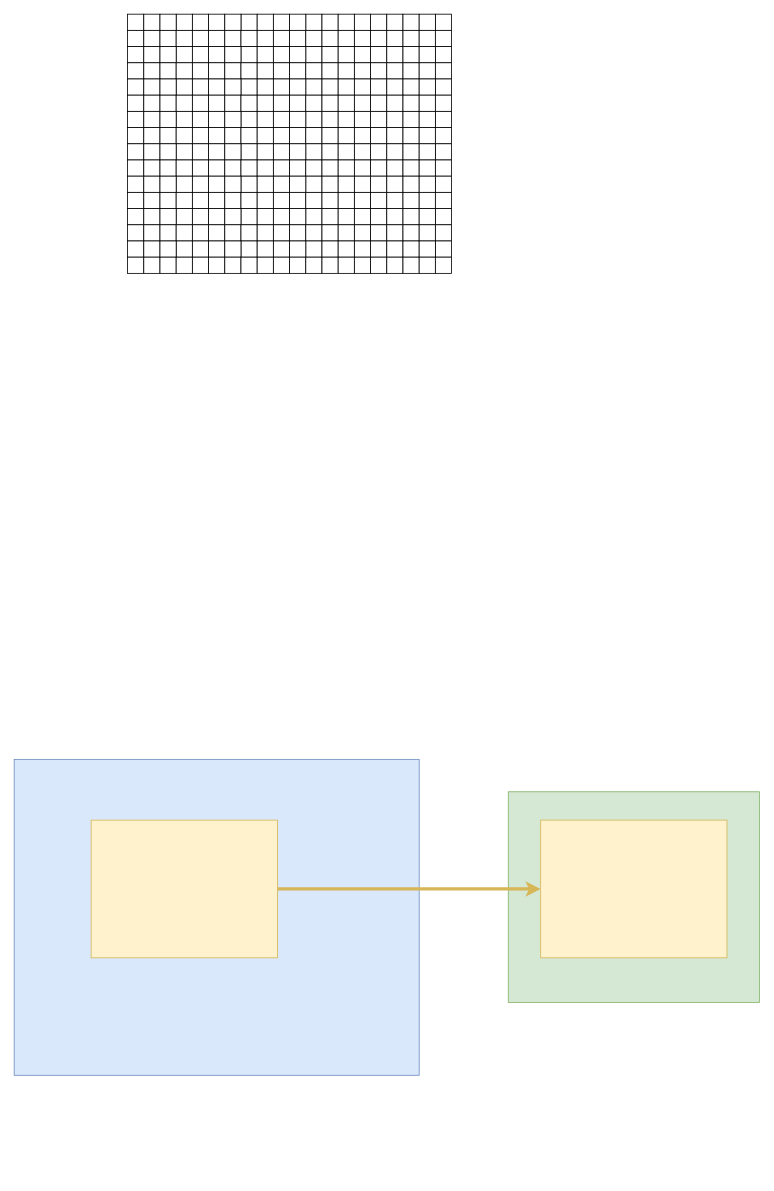
The draw.io diagram huawei.drawio in gxt-kt/picgo_pictures, before the edit. Source tidied: cells renumbered, new cells numbered last; positions are measured from the earlier drawing's top-left corner, leaving out a move shared by most shapes. Both pictures are drawn from the tidied source at 81%, with x=0, y=0 at pixel (14, 14).
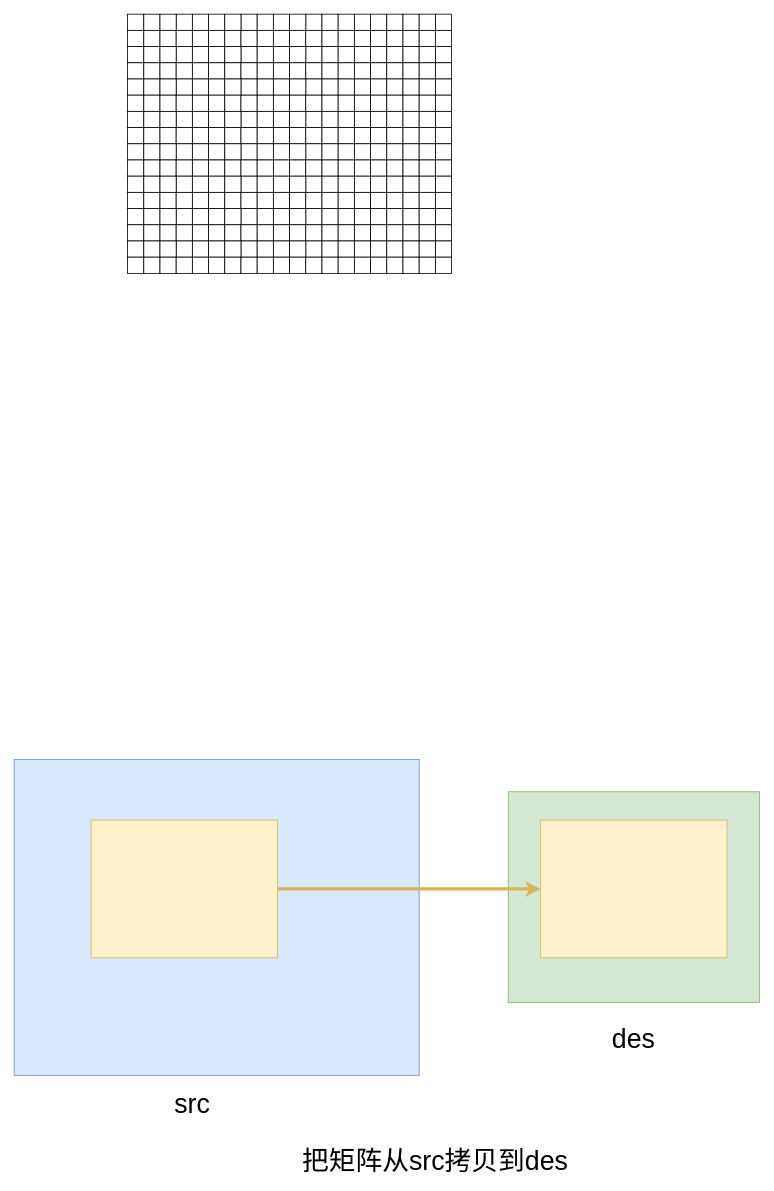
After the change.

Change to the diagram source:
```diff
@@
+    <mxCell id="327" value="&lt;font style=&quot;font-size: 33px;&quot;&gt;src&lt;/font&gt;" style="text;html=1;align=center;verticalAlign=middle;whiteSpace=wrap;rounded=0;fontSize=33;" parent="1" vertex="1">
+      <mxGeometry x="190" y="1330" width="60" height="30" as="geometry" />
+    </mxCell>
+    <mxCell id="328" value="des" style="text;html=1;align=center;verticalAlign=middle;whiteSpace=wrap;rounded=0;fontSize=33;" parent="1" vertex="1">
+      <mxGeometry x="735" y="1250" width="60" height="30" as="geometry" />
+    </mxCell>
+    <mxCell id="329" value="把矩阵从src拷贝到des" style="text;html=1;align=center;verticalAlign=middle;whiteSpace=wrap;rounded=0;fontSize=33;" parent="1" vertex="1">
+      <mxGeometry x="280" y="1400" width="480" height="30" as="geometry" />
+    </mxCell>
```
